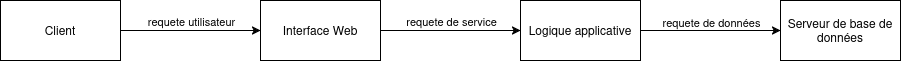
ESGI-IWAL/ProjetPretObjets keeps this draw.io diagram as document_architecture/architecture.png. Above is the earlier version. Source tidied: cells renumbered, new cells last; positions are measured from the earlier drawing's top-left corner, leaving out a move shared by most shapes. The source it was exported from:
```xml
<mxGraphModel>
  <root>
    <mxCell id="0" />
    <mxCell id="1" parent="0" />
    <mxCell id="2" style="edgeStyle=orthogonalEdgeStyle;rounded=0;jettySize=auto;html=1;" parent="1" edge="1" source="4" target="7">
      <mxGeometry relative="1" as="geometry" />
    </mxCell>
    <mxCell id="3" value="requete de service" style="edgeLabel;html=1;align=center;verticalAlign=middle;" parent="2" vertex="1">
      <mxGeometry x="0.09" y="7" relative="1" as="geometry">
        <mxPoint x="-6" y="-3" as="offset" />
      </mxGeometry>
    </mxCell>
    <mxCell id="4" value="Interface Web" style="rounded=0;whiteSpace=wrap;html=1;" parent="1" vertex="1">
      <mxGeometry x="260" width="120" height="60" as="geometry" />
    </mxCell>
    <mxCell id="5" style="edgeStyle=orthogonalEdgeStyle;rounded=0;jettySize=auto;html=1;entryX=0;entryY=0.5;entryDx=0;entryDy=0;" parent="1" edge="1" source="7" target="8">
      <mxGeometry relative="1" as="geometry" />
    </mxCell>
    <mxCell id="6" value="requete de données" style="edgeLabel;html=1;align=center;verticalAlign=middle;" parent="5" vertex="1">
      <mxGeometry x="-0.09" y="9" relative="1" as="geometry">
        <mxPoint x="6" as="offset" />
      </mxGeometry>
    </mxCell>
    <mxCell id="7" value="Logique applicative" style="rounded=0;whiteSpace=wrap;html=1;" parent="1" vertex="1">
      <mxGeometry x="520" width="120" height="60" as="geometry" />
    </mxCell>
    <mxCell id="8" value="Serveur de base de données" style="rounded=0;whiteSpace=wrap;html=1;" parent="1" vertex="1">
      <mxGeometry x="780" width="120" height="60" as="geometry" />
    </mxCell>
    <mxCell id="9" style="edgeStyle=orthogonalEdgeStyle;rounded=0;jettySize=auto;html=1;exitX=1;exitY=0.5;exitDx=0;exitDy=0;entryX=0;entryY=0.5;entryDx=0;entryDy=0;" parent="1" edge="1" source="11" target="4">
      <mxGeometry relative="1" as="geometry" />
    </mxCell>
    <mxCell id="10" value="requete utilisateur" style="edgeLabel;html=1;align=center;verticalAlign=middle;" parent="9" vertex="1">
      <mxGeometry x="0.05" y="-1" relative="1" as="geometry">
        <mxPoint x="-4" y="-11" as="offset" />
      </mxGeometry>
    </mxCell>
    <mxCell id="11" value="Client" style="rounded=0;whiteSpace=wrap;html=1;" parent="1" vertex="1">
      <mxGeometry width="120" height="60" as="geometry" />
    </mxCell>
  </root>
</mxGraphModel>
```
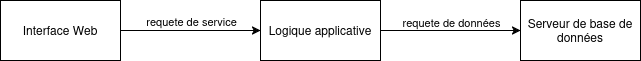
The same diagram one commit later.

Commit message:
feat : modification image architecture

Change to the diagram source:
```diff
@@ -27,16 +27,5 @@
     <mxCell id="8" value="Serveur de base de données" style="rounded=0;whiteSpace=wrap;html=1;" parent="1" vertex="1">
       <mxGeometry x="780" width="120" height="60" as="geometry" />
     </mxCell>
-    <mxCell id="9" style="edgeStyle=orthogonalEdgeStyle;rounded=0;jettySize=auto;html=1;exitX=1;exitY=0.5;exitDx=0;exitDy=0;entryX=0;entryY=0.5;entryDx=0;entryDy=0;" parent="1" edge="1" source="11" target="4">
-      <mxGeometry relative="1" as="geometry" />
-    </mxCell>
-    <mxCell id="10" value="requete utilisateur" style="edgeLabel;html=1;align=center;verticalAlign=middle;" parent="9" vertex="1">
-      <mxGeometry x="0.05" y="-1" relative="1" as="geometry">
-        <mxPoint x="-4" y="-11" as="offset" />
-      </mxGeometry>
-    </mxCell>
-    <mxCell id="11" value="Client" style="rounded=0;whiteSpace=wrap;html=1;" parent="1" vertex="1">
-      <mxGeometry width="120" height="60" as="geometry" />
-    </mxCell>
   </root>
 </mxGraphModel>
```
